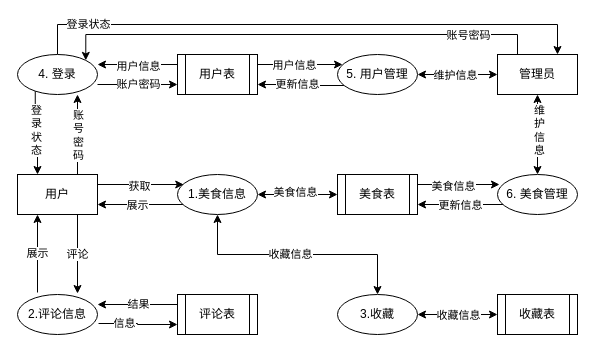
Above: food_data_flow.drawio in asharca/drawio (draw.io), before the change. Source tidied: cells renumbered, new cells numbered last; positions are measured from the earlier drawing's top-left corner, leaving out a move shared by most shapes. Both pictures are drawn from the tidied source at 100%, with x=0, y=0 at pixel (17, 24).
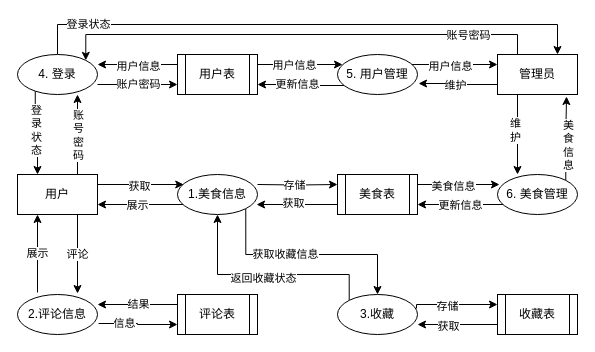
After the change.

Unchanged cells that the change refers to:
```xml
<mxCell id="4" value="1.美食信息" style="ellipse;whiteSpace=wrap;html=1;" parent="1" vertex="1">
  <mxGeometry x="160" y="150" width="80" height="40" as="geometry" />
</mxCell>
<mxCell id="7" value="3.收藏" style="ellipse;whiteSpace=wrap;html=1;" parent="1" vertex="1">
  <mxGeometry x="320" y="270" width="80" height="40" as="geometry" />
</mxCell>
<mxCell id="10" value="收藏表" style="shape=process;whiteSpace=wrap;html=1;backgroundOutline=1;" parent="1" vertex="1">
  <mxGeometry x="480" y="270" width="80" height="40" as="geometry" />
</mxCell>
<mxCell id="11" value="美食表" style="shape=process;whiteSpace=wrap;html=1;backgroundOutline=1;" parent="1" vertex="1">
  <mxGeometry x="320" y="150" width="80" height="40" as="geometry" />
</mxCell>
<mxCell id="15" value="管理员" style="rounded=0;whiteSpace=wrap;html=1;" parent="1" vertex="1">
  <mxGeometry x="480" y="30" width="80" height="40" as="geometry" />
</mxCell>
<mxCell id="24" value="5. 用户管理" style="ellipse;whiteSpace=wrap;html=1;" parent="1" vertex="1">
  <mxGeometry x="320" y="30" width="80" height="40" as="geometry" />
</mxCell>
<mxCell id="27" value="6. 美食管理" style="ellipse;whiteSpace=wrap;html=1;" parent="1" vertex="1">
  <mxGeometry x="480" y="150" width="80" height="40" as="geometry" />
</mxCell>
```

Change to the diagram source:
```diff
@@
+    <mxCell id="52" style="edgeStyle=orthogonalEdgeStyle;rounded=0;jettySize=auto;html=1;exitX=1;exitY=1;exitDx=0;exitDy=0;entryX=0.5;entryY=0;entryDx=0;entryDy=0;" parent="1" edge="1" source="4" target="7">
+      <mxGeometry relative="1" as="geometry">
+        <Array as="points">
+          <mxPoint x="228" y="230" />
+          <mxPoint x="360" y="230" />
+        </Array>
+      </mxGeometry>
+    </mxCell>
+    <mxCell id="53" value="获取收藏信息" style="edgeLabel;html=1;align=center;verticalAlign=middle;" parent="52" vertex="1">
+      <mxGeometry x="-0.22" y="1" relative="1" as="geometry" />
+    </mxCell>
+    <mxCell id="54" style="edgeStyle=orthogonalEdgeStyle;rounded=0;jettySize=auto;html=1;entryX=0;entryY=0.25;entryDx=0;entryDy=0;" parent="1" edge="1" target="11">
+      <mxGeometry relative="1" as="geometry">
+        <mxPoint x="240" y="160" as="sourcePoint" />
+      </mxGeometry>
+    </mxCell>
+    <mxCell id="55" value="存储" style="edgeLabel;html=1;align=center;verticalAlign=middle;" parent="54" vertex="1">
+      <mxGeometry x="-0.08" y="-3" relative="1" as="geometry">
+        <mxPoint y="-3" as="offset" />
+      </mxGeometry>
+    </mxCell>
@@
+    <mxCell id="32" style="edgeStyle=orthogonalEdgeStyle;rounded=0;jettySize=auto;html=1;exitX=0;exitY=0;exitDx=0;exitDy=0;entryX=0.5;entryY=1;entryDx=0;entryDy=0;" parent="1" edge="1" source="7" target="4">
+      <mxGeometry relative="1" as="geometry">
+        <Array as="points">
+          <mxPoint x="332" y="250" />
+          <mxPoint x="200" y="250" />
+        </Array>
+      </mxGeometry>
+    </mxCell>
+    <mxCell id="56" value="返回收藏状态" style="edgeLabel;html=1;align=center;verticalAlign=middle;" parent="32" vertex="1">
+      <mxGeometry x="0.03" y="3" relative="1" as="geometry" />
+    </mxCell>
+    <mxCell id="46" style="edgeStyle=orthogonalEdgeStyle;rounded=0;jettySize=auto;html=1;exitX=0.988;exitY=0.35;exitDx=0;exitDy=0;entryX=0;entryY=0.25;entryDx=0;entryDy=0;exitPerimeter=0;" parent="1" edge="1" source="7" target="10">
+      <mxGeometry relative="1" as="geometry">
+        <Array as="points">
+          <mxPoint x="399" y="280" />
+        </Array>
+      </mxGeometry>
+    </mxCell>
+    <mxCell id="57" value="存储" style="edgeLabel;html=1;align=center;verticalAlign=middle;" parent="46" vertex="1">
+      <mxGeometry x="-0.18" y="-1" relative="1" as="geometry" />
+    </mxCell>
@@
+    <mxCell id="50" style="edgeStyle=orthogonalEdgeStyle;rounded=0;jettySize=auto;html=1;exitX=1;exitY=0;exitDx=0;exitDy=0;entryX=0;entryY=0.25;entryDx=0;entryDy=0;" parent="1" edge="1" source="24" target="15">
+      <mxGeometry relative="1" as="geometry">
+        <Array as="points">
+          <mxPoint x="388" y="40" />
+        </Array>
+      </mxGeometry>
+    </mxCell>
+    <mxCell id="58" value="用户信息" style="edgeLabel;html=1;align=center;verticalAlign=middle;" parent="50" vertex="1">
+      <mxGeometry y="-1" relative="1" as="geometry" />
+    </mxCell>
@@
+    <mxCell id="48" style="edgeStyle=orthogonalEdgeStyle;rounded=0;jettySize=auto;html=1;exitX=1;exitY=0;exitDx=0;exitDy=0;entryX=0.863;entryY=1.05;entryDx=0;entryDy=0;entryPerimeter=0;" parent="1" edge="1" source="27" target="15">
+      <mxGeometry relative="1" as="geometry" />
+    </mxCell>
+    <mxCell id="59" value="美&lt;div&gt;食&lt;/div&gt;&lt;div&gt;信&lt;/div&gt;&lt;div&gt;息&lt;/div&gt;" style="edgeLabel;html=1;align=center;verticalAlign=middle;" parent="48" vertex="1">
+      <mxGeometry x="0.17" y="-2" relative="1" as="geometry">
+        <mxPoint x="-1" y="13" as="offset" />
+      </mxGeometry>
+    </mxCell>
@@
-    <mxCell id="32" style="endArrow=classic;startArrow=classic;html=1;rounded=0;exitX=0.5;exitY=0;exitDx=0;exitDy=0;entryX=0.5;entryY=1;entryDx=0;entryDy=0;" parent="1" edge="1" source="7" target="4">
-      <mxGeometry relative="1" as="geometry">
-        <Array as="points">
-          <mxPoint x="360" y="230" />
-          <mxPoint x="200" y="230" />
-        </Array>
-      </mxGeometry>
-    </mxCell>
-    <mxCell id="33" value="收&lt;span style=&quot;background-color: light-dark(#ffffff, var(--ge-dark-color, #121212)); color: light-dark(rgb(0, 0, 0), rgb(255, 255, 255));&quot;&gt;藏&lt;/span&gt;&lt;span style=&quot;background-color: light-dark(#ffffff, var(--ge-dark-color, #121212)); color: light-dark(rgb(0, 0, 0), rgb(255, 255, 255));&quot;&gt;信&lt;/span&gt;&lt;span style=&quot;background-color: light-dark(#ffffff, var(--ge-dark-color, #121212)); color: light-dark(rgb(0, 0, 0), rgb(255, 255, 255));&quot;&gt;息&lt;/span&gt;" style="edgeLabel;html=1;align=center;verticalAlign=middle;" parent="32" vertex="1">
-      <mxGeometry x="0.07" y="-1" relative="1" as="geometry" />
-    </mxCell>
@@
-    <mxCell id="42" style="endArrow=classic;startArrow=classic;html=1;rounded=0;exitX=1;exitY=0.5;exitDx=0;exitDy=0;entryX=0;entryY=0.5;entryDx=0;entryDy=0;" parent="1" edge="1" source="4" target="11">
-      <mxGeometry relative="1" as="geometry" />
-    </mxCell>
-    <mxCell id="43" value="美食信息" style="edgeLabel;html=1;align=center;verticalAlign=middle;" parent="42" vertex="1">
-      <mxGeometry x="-0.07" y="3" relative="1" as="geometry" />
-    </mxCell>
@@
-    <mxCell id="46" style="endArrow=classic;startArrow=classic;html=1;rounded=0;exitX=1;exitY=0.5;exitDx=0;exitDy=0;entryX=0;entryY=0.5;entryDx=0;entryDy=0;" parent="1" edge="1" source="7" target="10">
-      <mxGeometry relative="1" as="geometry" />
-    </mxCell>
-    <mxCell id="47" value="收藏信息" style="edgeLabel;html=1;align=center;verticalAlign=middle;" parent="46" vertex="1">
-      <mxGeometry x="-0.12" relative="1" as="geometry">
-        <mxPoint x="5" as="offset" />
-      </mxGeometry>
-    </mxCell>
-    <mxCell id="48" style="endArrow=classic;startArrow=classic;html=1;rounded=0;entryX=0.5;entryY=1;entryDx=0;entryDy=0;exitX=0.5;exitY=0;exitDx=0;exitDy=0;" parent="1" edge="1" source="27" target="15">
-      <mxGeometry relative="1" as="geometry" />
-    </mxCell>
-    <mxCell id="49" value="维&lt;div&gt;护&lt;/div&gt;&lt;div&gt;信&lt;/div&gt;&lt;div&gt;息&lt;/div&gt;" style="edgeLabel;html=1;align=center;verticalAlign=middle;" parent="48" vertex="1">
-      <mxGeometry x="0.12" y="-1" relative="1" as="geometry" />
-    </mxCell>
-    <mxCell id="50" style="endArrow=classic;startArrow=classic;html=1;rounded=0;entryX=0;entryY=0.5;entryDx=0;entryDy=0;exitX=1;exitY=0.5;exitDx=0;exitDy=0;" parent="1" edge="1" source="24" target="15">
-      <mxGeometry relative="1" as="geometry" />
-    </mxCell>
-    <mxCell id="51" value="维护信息" style="edgeLabel;html=1;align=center;verticalAlign=middle;" parent="50" vertex="1">
-      <mxGeometry x="-0.07" relative="1" as="geometry" />
-    </mxCell>
+    <mxCell id="60" style="edgeStyle=orthogonalEdgeStyle;rounded=0;jettySize=auto;html=1;exitX=0.25;exitY=1;exitDx=0;exitDy=0;entryX=0.25;entryY=0;entryDx=0;entryDy=0;entryPerimeter=0;" parent="1" edge="1" source="15" target="27">
+      <mxGeometry relative="1" as="geometry" />
+    </mxCell>
+    <mxCell id="61" value="维&lt;div&gt;护&lt;/div&gt;" style="edgeLabel;html=1;align=center;verticalAlign=middle;" parent="60" vertex="1">
+      <mxGeometry x="-0.12" y="-3" relative="1" as="geometry" />
+    </mxCell>
+    <mxCell id="62" style="edgeStyle=orthogonalEdgeStyle;rounded=0;jettySize=auto;html=1;exitX=0;exitY=0.75;exitDx=0;exitDy=0;entryX=0.988;entryY=0.75;entryDx=0;entryDy=0;entryPerimeter=0;" parent="1" edge="1" source="11" target="4">
+      <mxGeometry relative="1" as="geometry" />
+    </mxCell>
+    <mxCell id="63" value="获取" style="edgeLabel;html=1;align=center;verticalAlign=middle;" parent="62" vertex="1">
+      <mxGeometry x="0.11" y="-2" relative="1" as="geometry" />
+    </mxCell>
+    <mxCell id="64" style="edgeStyle=orthogonalEdgeStyle;rounded=0;jettySize=auto;html=1;exitX=0;exitY=0.75;exitDx=0;exitDy=0;entryX=1;entryY=0.75;entryDx=0;entryDy=0;entryPerimeter=0;" parent="1" edge="1" source="10" target="7">
+      <mxGeometry relative="1" as="geometry" />
+    </mxCell>
+    <mxCell id="65" value="获取" style="edgeLabel;html=1;align=center;verticalAlign=middle;" parent="64" vertex="1">
+      <mxGeometry x="0.25" y="1" relative="1" as="geometry" />
+    </mxCell>
+    <mxCell id="66" style="edgeStyle=orthogonalEdgeStyle;rounded=0;jettySize=auto;html=1;exitX=0;exitY=0.75;exitDx=0;exitDy=0;entryX=1.013;entryY=0.725;entryDx=0;entryDy=0;entryPerimeter=0;" parent="1" edge="1" source="15" target="24">
+      <mxGeometry relative="1" as="geometry">
+        <Array as="points">
+          <mxPoint x="440" y="60" />
+          <mxPoint x="440" y="59" />
+        </Array>
+      </mxGeometry>
+    </mxCell>
+    <mxCell id="67" value="维护" style="edgeLabel;html=1;align=center;verticalAlign=middle;" parent="66" vertex="1">
+      <mxGeometry x="0.1" y="1" relative="1" as="geometry" />
+    </mxCell>
```
